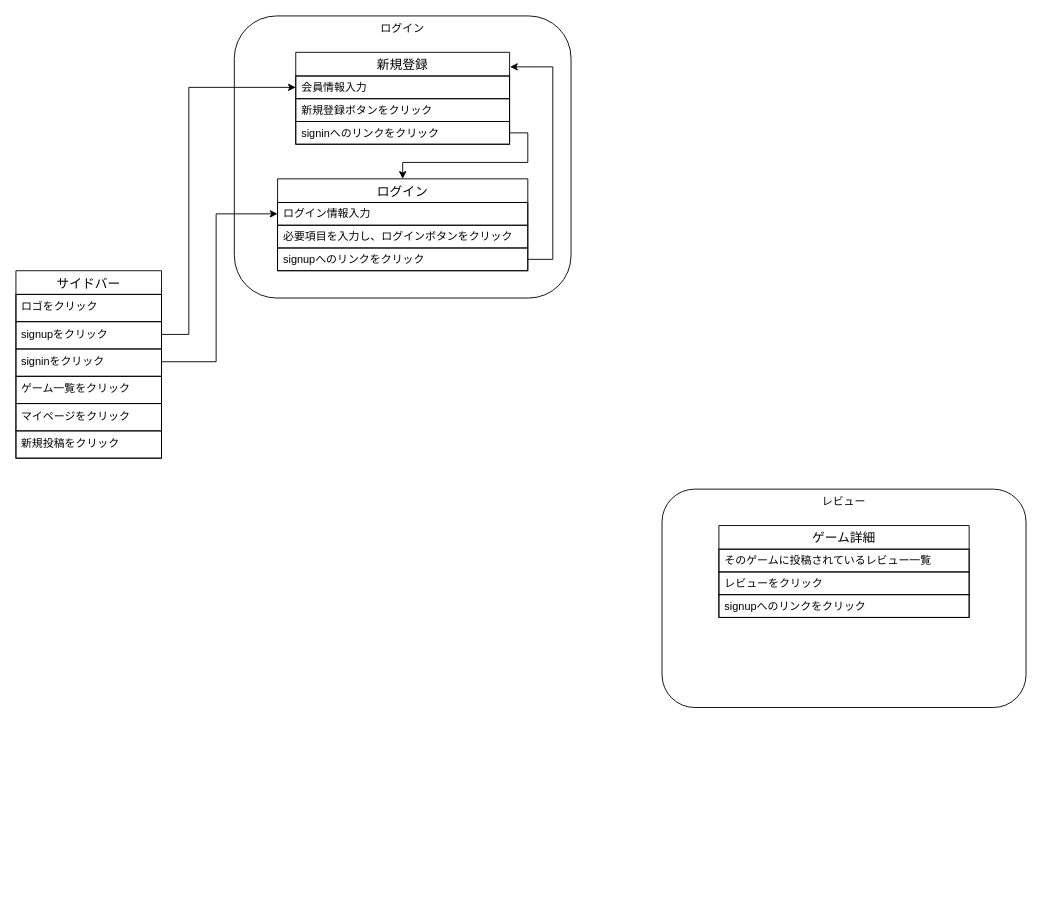
Earlier version of the draw.io diagram GRG.drawio (kuropAqn/grg). Source tidied: cells renumbered, new cells numbered last; positions are measured from the earlier drawing's top-left corner, leaving out a move shared by most shapes. Both pictures are drawn from the tidied source at 91%, with x=0, y=0 at pixel (15, 15).
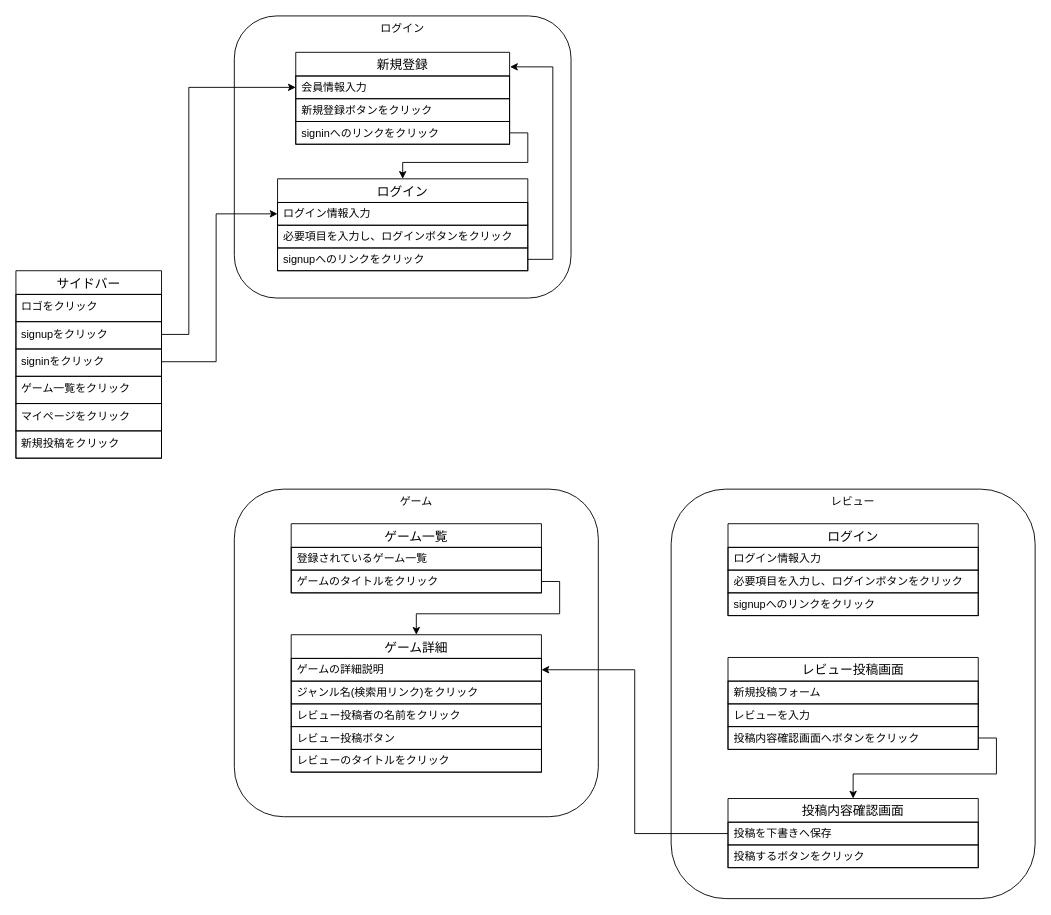
After the change.

Commit message:
GRG.drawio を更新します

Diff of the diagram source:
```diff
@@
     <mxCell id="22" value="レビュー" style="rounded=1;whiteSpace=wrap;html=1;verticalAlign=top;" parent="1" vertex="1">
-      <mxGeometry x="710" y="520" width="400" height="240" as="geometry" />
+      <mxGeometry x="720" y="520" width="400" height="450" as="geometry" />
     </mxCell>
-    <mxCell id="23" value="ゲーム詳細" style="swimlane;fontStyle=0;horizontal=1;startSize=26;align=center;fontSize=14;" parent="1" vertex="1">
-      <mxGeometry x="772.5" y="560" width="275" height="101" as="geometry" />
+    <mxCell id="23" value="レビュー投稿画面" style="swimlane;fontStyle=0;horizontal=1;startSize=26;align=center;fontSize=14;" parent="1" vertex="1">
+      <mxGeometry x="782.5" y="705" width="275" height="101" as="geometry" />
     </mxCell>
-    <mxCell id="24" value="そのゲームに投稿されているレビュー一覧" style="text;strokeColor=default;fillColor=none;spacingLeft=4;spacingRight=4;overflow=hidden;fontSize=12;whiteSpace=wrap;html=1;verticalAlign=middle;align=left;" parent="23" vertex="1">
+    <mxCell id="24" value="新規投稿フォーム" style="text;strokeColor=default;fillColor=none;spacingLeft=4;spacingRight=4;overflow=hidden;fontSize=12;whiteSpace=wrap;html=1;verticalAlign=middle;align=left;" parent="23" vertex="1">
       <mxGeometry y="26" width="275" height="25" as="geometry" />
     </mxCell>
-    <mxCell id="25" value="レビューをクリック" style="text;strokeColor=default;fillColor=none;spacingLeft=4;spacingRight=4;overflow=hidden;fontSize=12;whiteSpace=wrap;html=1;verticalAlign=middle;align=left;" parent="23" vertex="1">
+    <mxCell id="25" value="レビューを入力" style="text;strokeColor=default;fillColor=none;spacingLeft=4;spacingRight=4;overflow=hidden;fontSize=12;whiteSpace=wrap;html=1;verticalAlign=middle;align=left;" parent="23" vertex="1">
       <mxGeometry y="51" width="275" height="25" as="geometry" />
     </mxCell>
-    <mxCell id="26" value="signupへのリンクをクリック" style="text;strokeColor=default;fillColor=none;spacingLeft=4;spacingRight=4;overflow=hidden;points=[[0,0.5],[1,0.5]];portConstraint=eastwest;fontSize=12;whiteSpace=wrap;html=1;verticalAlign=middle;align=left;" parent="23" vertex="1">
+    <mxCell id="26" value="投稿内容確認画面へボタンをクリック" style="text;strokeColor=default;fillColor=none;spacingLeft=4;spacingRight=4;overflow=hidden;points=[[0,0.5],[1,0.5]];portConstraint=eastwest;fontSize=12;whiteSpace=wrap;html=1;verticalAlign=middle;align=left;" parent="23" vertex="1">
       <mxGeometry y="76" width="275" height="25" as="geometry" />
     </mxCell>
+    <mxCell id="27" value="ゲーム" style="rounded=1;whiteSpace=wrap;html=1;verticalAlign=top;" parent="1" vertex="1">
+      <mxGeometry x="240" y="520" width="400" height="360" as="geometry" />
+    </mxCell>
+    <mxCell id="28" value="ゲーム一覧" style="swimlane;fontStyle=0;horizontal=1;startSize=26;align=center;fontSize=14;" parent="1" vertex="1">
+      <mxGeometry x="302.5" y="558" width="275" height="76" as="geometry" />
+    </mxCell>
+    <mxCell id="29" value="登録されているゲーム一覧" style="text;strokeColor=default;fillColor=none;spacingLeft=4;spacingRight=4;overflow=hidden;fontSize=12;whiteSpace=wrap;html=1;verticalAlign=middle;align=left;" parent="28" vertex="1">
+      <mxGeometry y="26" width="275" height="25" as="geometry" />
+    </mxCell>
+    <mxCell id="30" value="ゲームのタイトルをクリック" style="text;strokeColor=default;fillColor=none;spacingLeft=4;spacingRight=4;overflow=hidden;points=[[0,0.5],[1,0.5]];portConstraint=eastwest;fontSize=12;whiteSpace=wrap;html=1;verticalAlign=middle;align=left;" parent="28" vertex="1">
+      <mxGeometry y="51" width="275" height="25" as="geometry" />
+    </mxCell>
+    <mxCell id="31" value="ゲーム詳細" style="swimlane;fontStyle=0;horizontal=1;startSize=26;align=center;fontSize=14;" parent="1" vertex="1">
+      <mxGeometry x="302.5" y="680" width="275" height="151" as="geometry" />
+    </mxCell>
+    <mxCell id="32" value="ゲームの詳細説明" style="text;strokeColor=default;fillColor=none;spacingLeft=4;spacingRight=4;overflow=hidden;points=[[0,0.5],[1,0.5]];portConstraint=eastwest;fontSize=12;whiteSpace=wrap;html=1;verticalAlign=middle;align=left;" parent="31" vertex="1">
+      <mxGeometry y="26" width="275" height="25" as="geometry" />
+    </mxCell>
+    <mxCell id="33" value="ジャンル名(検索用リンク)をクリック" style="text;strokeColor=default;fillColor=none;spacingLeft=4;spacingRight=4;overflow=hidden;fontSize=12;whiteSpace=wrap;html=1;verticalAlign=middle;align=left;" parent="31" vertex="1">
+      <mxGeometry y="51" width="275" height="25" as="geometry" />
+    </mxCell>
+    <mxCell id="34" value="レビュー投稿者の名前をクリック" style="text;strokeColor=default;fillColor=none;spacingLeft=4;spacingRight=4;overflow=hidden;fontSize=12;whiteSpace=wrap;html=1;verticalAlign=middle;align=left;" parent="31" vertex="1">
+      <mxGeometry y="76" width="275" height="25" as="geometry" />
+    </mxCell>
+    <mxCell id="35" value="レビュー投稿ボタン" style="text;strokeColor=default;fillColor=none;spacingLeft=4;spacingRight=4;overflow=hidden;fontSize=12;whiteSpace=wrap;html=1;verticalAlign=middle;align=left;" parent="31" vertex="1">
+      <mxGeometry y="101" width="275" height="25" as="geometry" />
+    </mxCell>
+    <mxCell id="36" value="レビューのタイトルをクリック" style="text;strokeColor=default;fillColor=none;spacingLeft=4;spacingRight=4;overflow=hidden;fontSize=12;whiteSpace=wrap;html=1;verticalAlign=middle;align=left;" parent="31" vertex="1">
+      <mxGeometry y="126" width="275" height="25" as="geometry" />
+    </mxCell>
+    <mxCell id="37" style="edgeStyle=orthogonalEdgeStyle;rounded=0;jettySize=auto;html=1;exitX=1;exitY=0.5;exitDx=0;exitDy=0;entryX=0.5;entryY=0;entryDx=0;entryDy=0;" parent="1" edge="1" source="30" target="31">
+      <mxGeometry relative="1" as="geometry" />
+    </mxCell>
+    <mxCell id="38" value="投稿内容確認画面" style="swimlane;fontStyle=0;horizontal=1;startSize=26;align=center;fontSize=14;" parent="1" vertex="1">
+      <mxGeometry x="782.5" y="860" width="275" height="76" as="geometry" />
+    </mxCell>
+    <mxCell id="39" value="投稿を下書きへ保存" style="text;strokeColor=default;fillColor=none;spacingLeft=4;spacingRight=4;overflow=hidden;points=[[0,0.5],[1,0.5]];portConstraint=eastwest;fontSize=12;whiteSpace=wrap;html=1;verticalAlign=middle;align=left;" parent="38" vertex="1">
+      <mxGeometry y="26" width="275" height="25" as="geometry" />
+    </mxCell>
+    <mxCell id="40" value="投稿するボタンをクリック" style="text;strokeColor=default;fillColor=none;spacingLeft=4;spacingRight=4;overflow=hidden;fontSize=12;whiteSpace=wrap;html=1;verticalAlign=middle;align=left;" parent="38" vertex="1">
+      <mxGeometry y="51" width="275" height="25" as="geometry" />
+    </mxCell>
+    <mxCell id="41" style="edgeStyle=orthogonalEdgeStyle;rounded=0;orthogonalLoop=1;jettySize=auto;html=1;exitX=1;exitY=0.5;exitDx=0;exitDy=0;" parent="38" edge="1" source="39" target="39">
+      <mxGeometry relative="1" as="geometry" />
+    </mxCell>
+    <mxCell id="42" style="edgeStyle=orthogonalEdgeStyle;rounded=0;jettySize=auto;html=1;exitX=1;exitY=0.5;exitDx=0;exitDy=0;entryX=0.5;entryY=0;entryDx=0;entryDy=0;" parent="1" edge="1" source="26" target="38">
+      <mxGeometry relative="1" as="geometry" />
+    </mxCell>
+    <mxCell id="43" style="edgeStyle=orthogonalEdgeStyle;rounded=0;jettySize=auto;html=1;exitX=0;exitY=0.5;exitDx=0;exitDy=0;entryX=1;entryY=0.5;entryDx=0;entryDy=0;" parent="1" edge="1" source="39" target="32">
+      <mxGeometry relative="1" as="geometry" />
+    </mxCell>
+    <mxCell id="44" value="ログイン" style="swimlane;fontStyle=0;horizontal=1;startSize=26;align=center;fontSize=14;" parent="1" vertex="1">
+      <mxGeometry x="782.5" y="558" width="275" height="101" as="geometry" />
+    </mxCell>
+    <mxCell id="45" value="ログイン情報入力" style="text;strokeColor=default;fillColor=none;spacingLeft=4;spacingRight=4;overflow=hidden;fontSize=12;whiteSpace=wrap;html=1;verticalAlign=middle;align=left;" parent="44" vertex="1">
+      <mxGeometry y="26" width="275" height="25" as="geometry" />
+    </mxCell>
+    <mxCell id="46" value="必要項目を入力し、ログインボタンをクリック" style="text;strokeColor=default;fillColor=none;spacingLeft=4;spacingRight=4;overflow=hidden;fontSize=12;whiteSpace=wrap;html=1;verticalAlign=middle;align=left;" parent="44" vertex="1">
+      <mxGeometry y="51" width="275" height="25" as="geometry" />
+    </mxCell>
+    <mxCell id="47" value="signupへのリンクをクリック" style="text;strokeColor=default;fillColor=none;spacingLeft=4;spacingRight=4;overflow=hidden;fontSize=12;whiteSpace=wrap;html=1;verticalAlign=middle;align=left;" parent="44" vertex="1">
+      <mxGeometry y="76" width="275" height="25" as="geometry" />
+    </mxCell>
```
